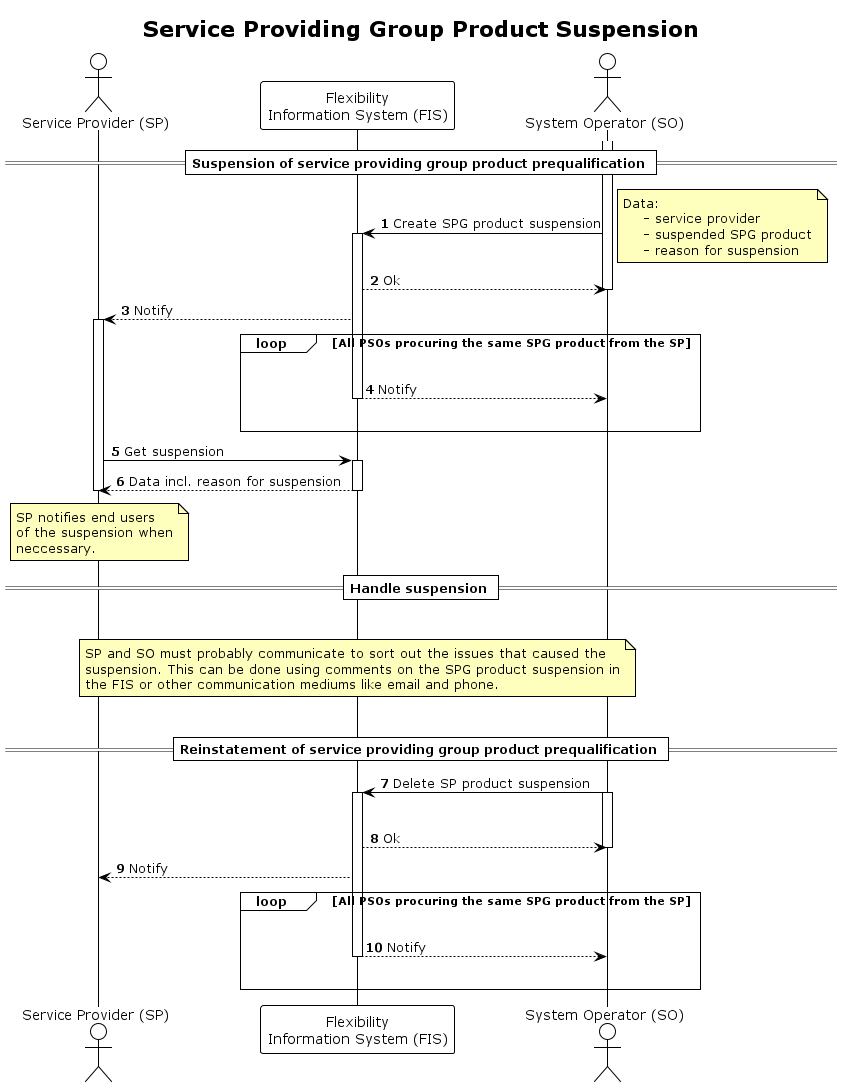
elhub/flex-information-system keeps this PlantUML diagram as docs/diagrams/service_providing_group_product_suspension.png. Above is the earlier version. The source it was exported from:
```plantuml
@startuml service_providing_group_product_suspension

!theme plain

title Service Providing Group Product Suspension

autonumber
skinparam note {
    BackgroundColor #FFFFBD
}

actor "Service Provider (SP)" as SP
participant "Flexibility\nInformation System (FIS)" as FIS
actor "System Operator (SO)" as SO

== Suspension of service providing group product prequalification ==

activate SO
SO -> FIS: Create SPG product suspension

note right
    Data:
        - service provider
        - suspended SPG product
        - reason for suspension
end note

activate FIS

FIS --> SO: Ok
deactivate SO
FIS --> SP: Notify
activate SP
loop All PSOs procuring the same SPG product from the SP
    |||
    FIS --> SO: Notify
    deactivate FIS
    |||
end

SP -> FIS: Get suspension
activate FIS
FIS --> SP: Data incl. reason for suspension
deactivate FIS

note over SP
    SP notifies end users
    of the suspension when
    neccessary.
end note


== Handle suspension ==
|||
note over FIS
    SP and SO must probably communicate to sort out the issues that caused the
    suspension. This can be done using comments on the SPG product suspension in
    the FIS or other communication mediums like email and phone.
end note
|||
deactivate SP
== Reinstatement of service providing group product prequalification ==

SO -> FIS: Delete SP product suspension
activate SO
|||
activate FIS
FIS --> SO: Ok
deactivate SO
FIS --> SP: Notify

loop All PSOs procuring the same SPG product from the SP
    |||
    FIS --> SO: Notify
    deactivate FIS
    |||
end

@enduml
```
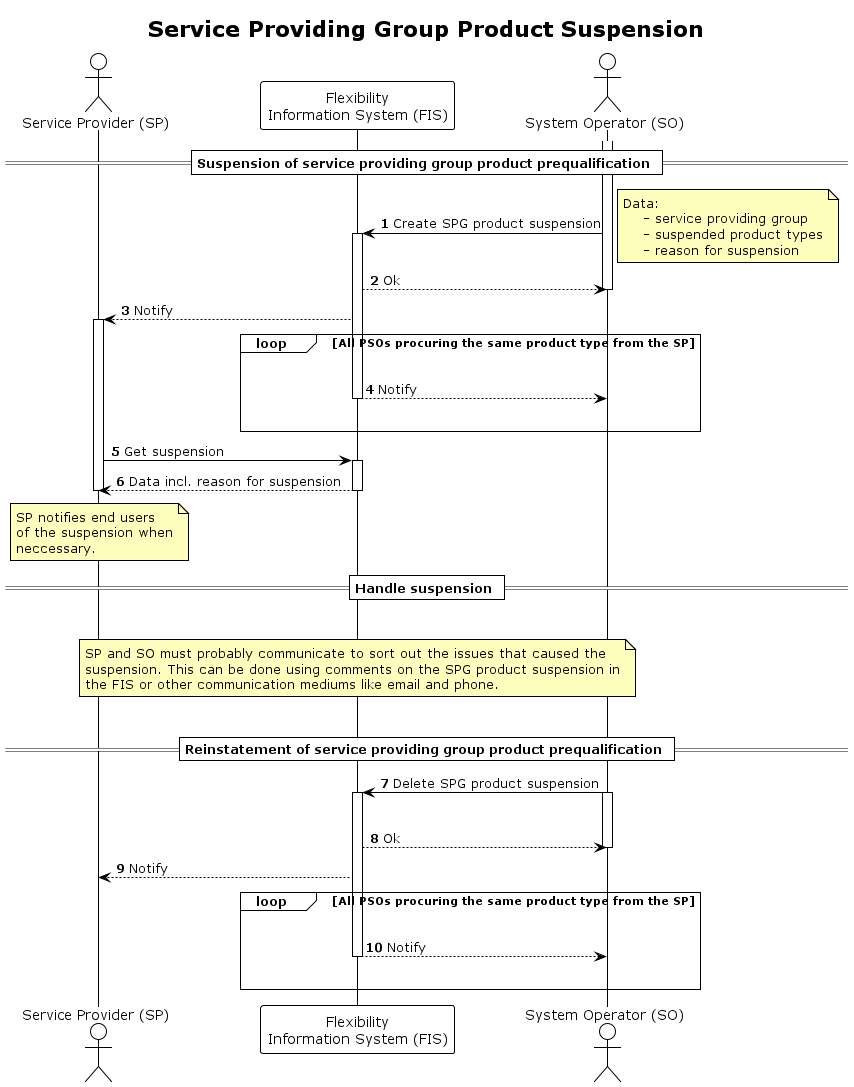
Later version of the same file.

Commit message:
finished diagram

What changed in the source:
```diff
@@ -20,8 +20,8 @@
 
 note right
     Data:
-        - service provider
-        - suspended SPG product
+        - service providing group
+        - suspended product types
         - reason for suspension
 end note
 
@@ -31,7 +31,7 @@
 deactivate SO
 FIS --> SP: Notify
 activate SP
-loop All PSOs procuring the same SPG product from the SP
+loop All PSOs procuring the same product type from the SP
     |||
     FIS --> SO: Notify
     deactivate FIS
@@ -61,7 +61,7 @@
 deactivate SP
 == Reinstatement of service providing group product prequalification ==
 
-SO -> FIS: Delete SP product suspension
+SO -> FIS: Delete SPG product suspension
 activate SO
 |||
 activate FIS
@@ -69,7 +69,7 @@
 deactivate SO
 FIS --> SP: Notify
 
-loop All PSOs procuring the same SPG product from the SP
+loop All PSOs procuring the same product type from the SP
     |||
     FIS --> SO: Notify
     deactivate FIS
```
